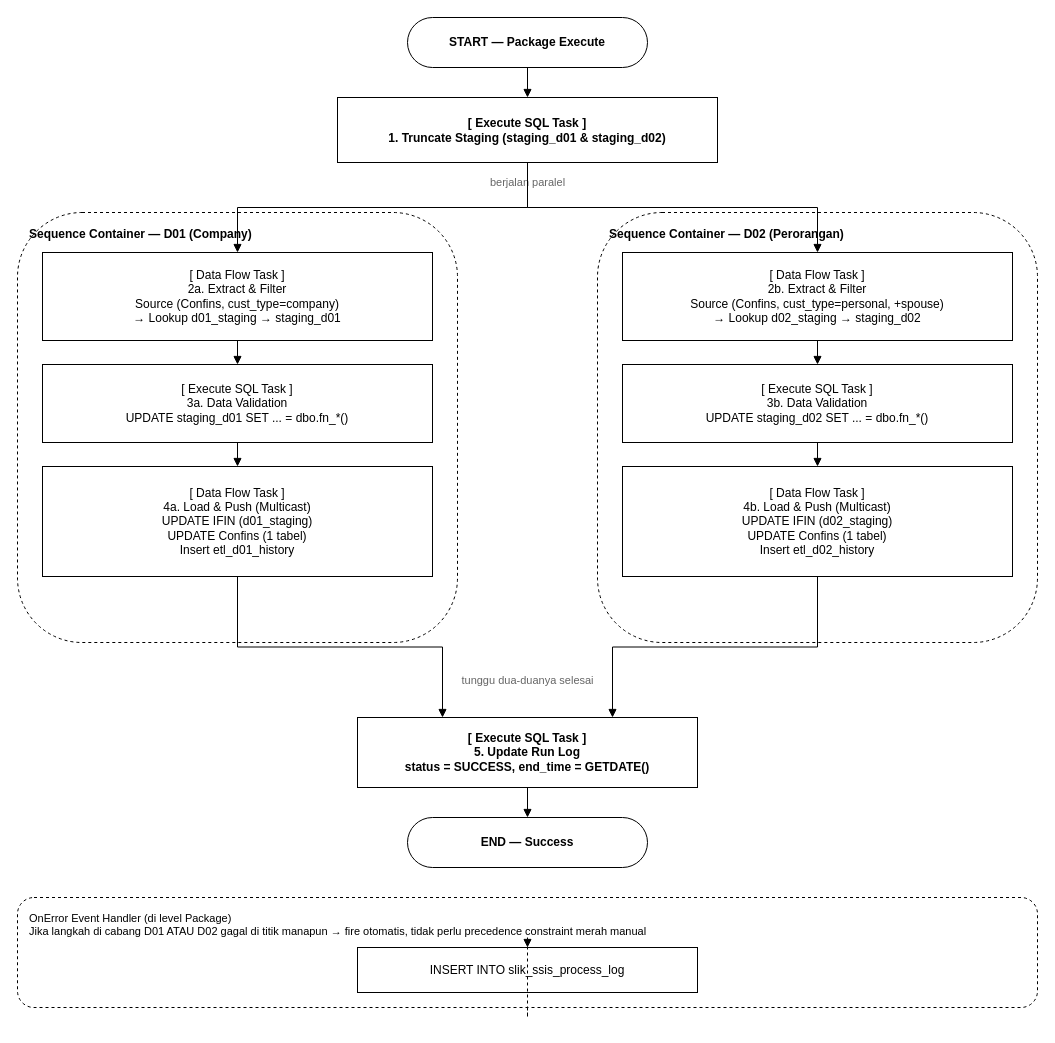
mcellina/flow_process_1 keeps this draw.io diagram as diagrams/slik-process-flow.drawio. Above is the earlier version. Source tidied: cells renumbered, new cells numbered last; positions are measured from the earlier drawing's top-left corner, leaving out a move shared by most shapes. Both pictures are drawn from the tidied source at 100%, with x=0, y=0 at pixel (17, 17).
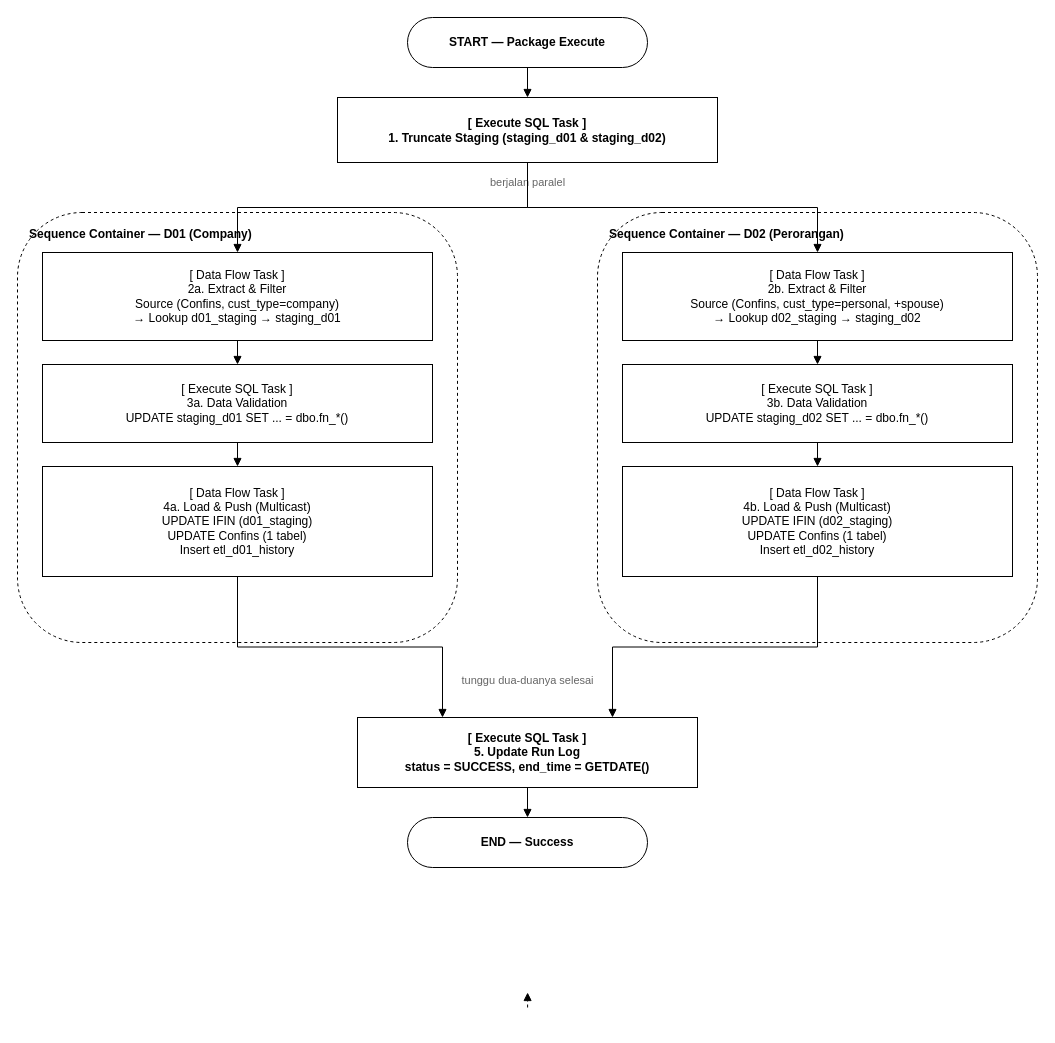
After the change.

Diff of the diagram source:
```diff
@@
-    <mxCell id="16" value="OnError Event Handler (di level Package)&#10;Jika langkah di cabang D01 ATAU D02 gagal di titik manapun → fire otomatis, tidak perlu precedence constraint merah manual" style="rounded=1;dashed=1;whiteSpace=wrap;html=1;verticalAlign=top;align=left;spacingLeft=10;spacingTop=8;fontSize=11;" parent="1" vertex="1">
-      <mxGeometry y="880" width="1020" height="110" as="geometry" />
-    </mxCell>
-    <mxCell id="17" value="INSERT INTO slik_ssis_process_log" style="rounded=0;whiteSpace=wrap;html=1;align=center;verticalAlign=middle;" parent="1" vertex="1">
-      <mxGeometry x="340" y="930" width="340" height="45" as="geometry" />
-    </mxCell>
@@
-    <mxCell id="28" style="edgeStyle=orthogonalEdgeStyle;html=1;endArrow=block;rounded=0;dashed=1;" parent="1" edge="1" source="16" target="17">
-      <mxGeometry relative="1" as="geometry" />
+    <mxCell id="28" style="edgeStyle=orthogonalEdgeStyle;html=1;endArrow=block;rounded=0;dashed=1;" parent="1" edge="1">
+      <mxGeometry relative="1" as="geometry">
+        <mxPoint x="510.1" y="990" as="sourcePoint" />
+        <mxPoint x="510.1" y="975" as="targetPoint" />
+      </mxGeometry>
     </mxCell>
```
